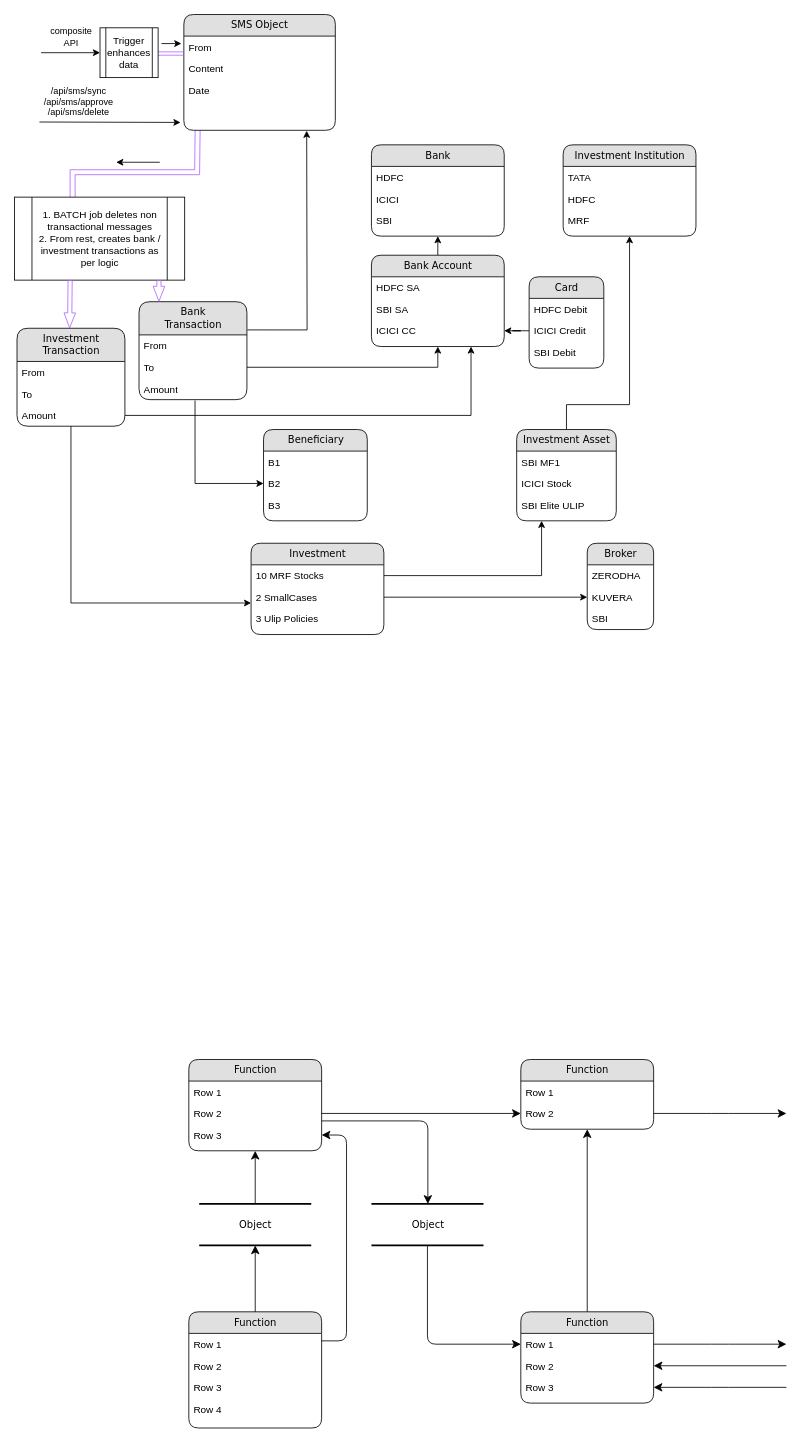
The draw.io diagram data-model/Data model 3.0.drawio in aritram1/salesforce-finplan-managed, before the edit. Source tidied: cells renumbered, new cells numbered last; positions are measured from the earlier drawing's top-left corner, leaving out a move shared by most shapes. Both pictures are drawn from the tidied source at 83%, with x=0, y=0 at pixel (14, 14).
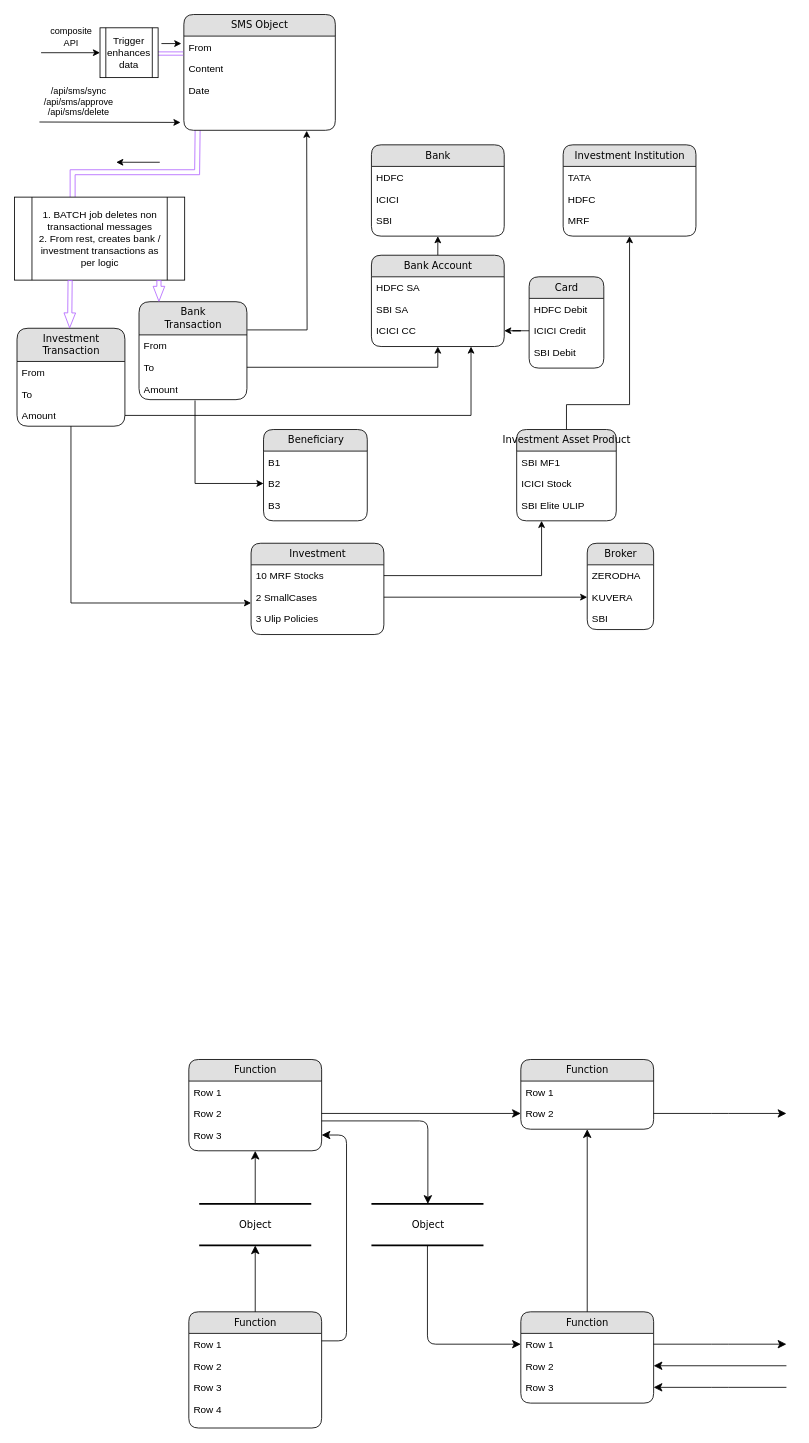
After the change.

What changed in the source:
```diff
@@
-    <mxCell id="4" value="Investment Asset" style="swimlane;html=1;fontStyle=0;horizontal=1;startSize=26;fillColor=#e0e0e0;swimlaneFillColor=#ffffff;align=center;rounded=1;shadow=0;comic=0;labelBackgroundColor=none;strokeWidth=1;fontFamily=Verdana;fontSize=12;" parent="1" vertex="1">
+    <mxCell id="4" value="Investment Asset Product" style="swimlane;html=1;fontStyle=0;horizontal=1;startSize=26;fillColor=#e0e0e0;swimlaneFillColor=#ffffff;align=center;rounded=1;shadow=0;comic=0;labelBackgroundColor=none;strokeWidth=1;fontFamily=Verdana;fontSize=12;" parent="1" vertex="1">
       <mxGeometry x="605" y="500" width="120" height="110" as="geometry" />
     </mxCell>
```
